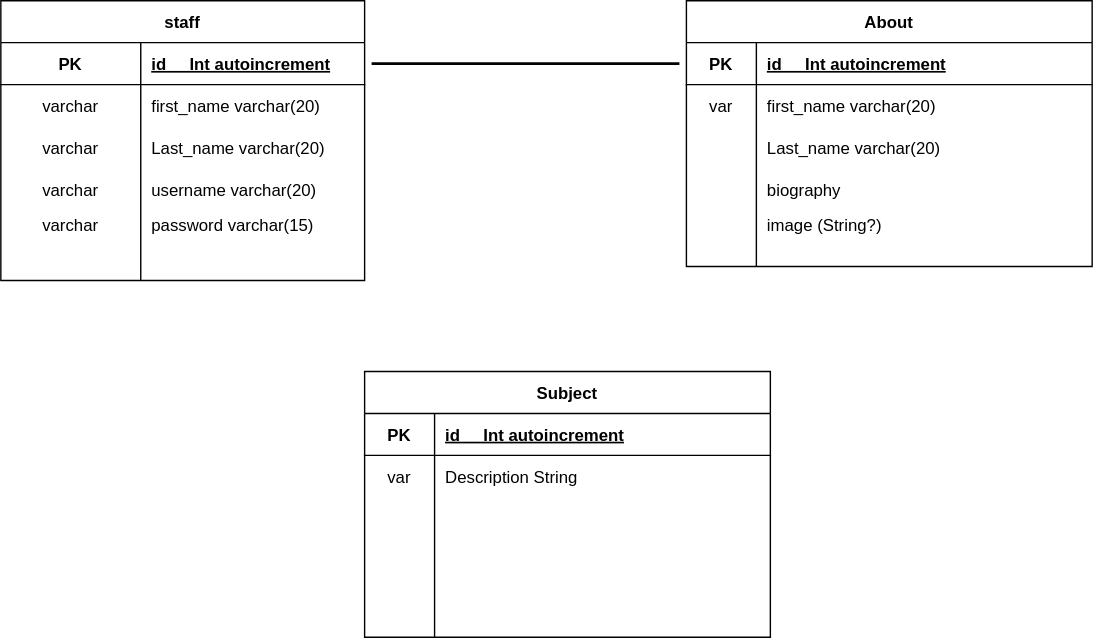
Above: Elem DBD.drawio.svg in S1395930/ElementaryWeb (draw.io), before the change. Source tidied: cells renumbered, new cells last; positions are measured from the earlier drawing's top-left corner, leaving out a move shared by most shapes.
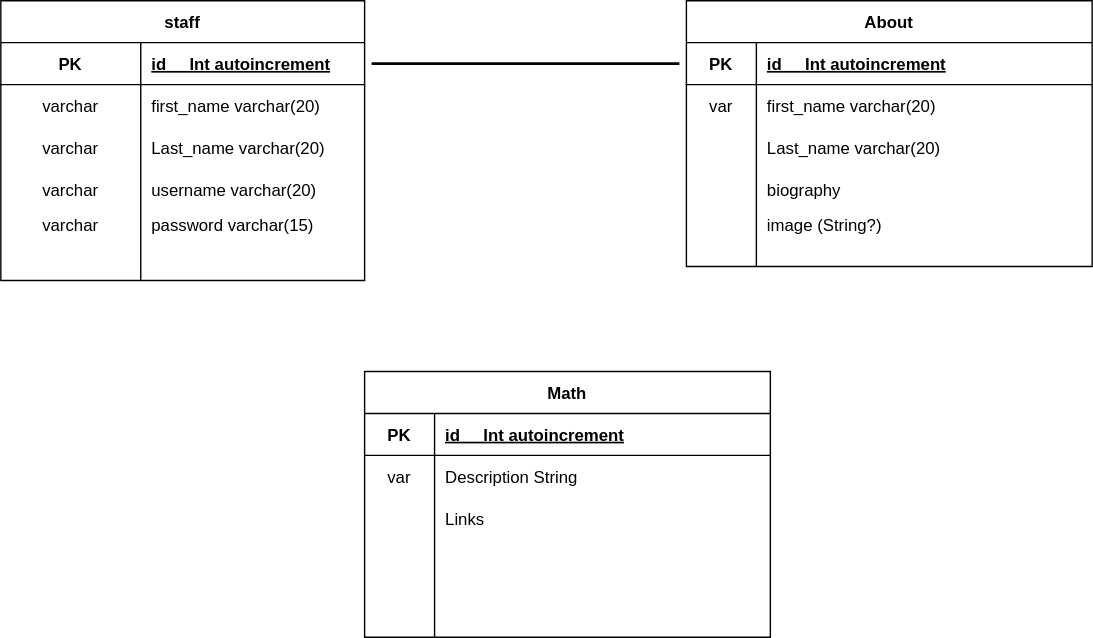
Later version of the same file.

Diff of the diagram source:
```diff
@@ -119,7 +119,7 @@
     <mxCell id="40" style="line;strokeWidth=2;direction=south;html=1;rotation=90;" parent="1" vertex="1">
       <mxGeometry x="370" width="10" height="220" as="geometry" />
     </mxCell>
-    <mxCell id="41" value="Subject" style="shape=table;startSize=30;rowLines=0;fontStyle=1;align=center;" parent="1" vertex="1">
+    <mxCell id="41" value="Math" style="shape=table;startSize=30;rowLines=0;fontStyle=1;align=center;" parent="1" vertex="1">
       <mxGeometry x="260" y="330" width="290" height="190" as="geometry" />
     </mxCell>
     <mxCell id="42" style="shape=tableRow;horizontal=0;startSize=0;swimlaneHead=0;swimlaneBody=0;fillColor=none;top=0;left=0;right=0;bottom=1;" parent="41" vertex="1">
@@ -146,7 +146,7 @@
     <mxCell id="49" style="shape=partialRectangle;fillColor=none;top=0;left=0;bottom=0;right=0;overflow=hidden;" parent="48" vertex="1">
       <mxGeometry width="50" height="30" as="geometry" />
     </mxCell>
-    <mxCell id="50" style="shape=partialRectangle;fillColor=none;top=0;left=0;bottom=0;right=0;align=left;spacingLeft=6;overflow=hidden;" parent="48" vertex="1">
+    <mxCell id="50" value="Links " style="shape=partialRectangle;fillColor=none;top=0;left=0;bottom=0;right=0;align=left;spacingLeft=6;overflow=hidden;" parent="48" vertex="1">
       <mxGeometry x="50" width="240" height="30" as="geometry" />
     </mxCell>
     <mxCell id="51" style="shape=tableRow;horizontal=0;startSize=0;swimlaneHead=0;swimlaneBody=0;fillColor=none;top=0;left=0;right=0;bottom=0;" parent="41" vertex="1">
```
